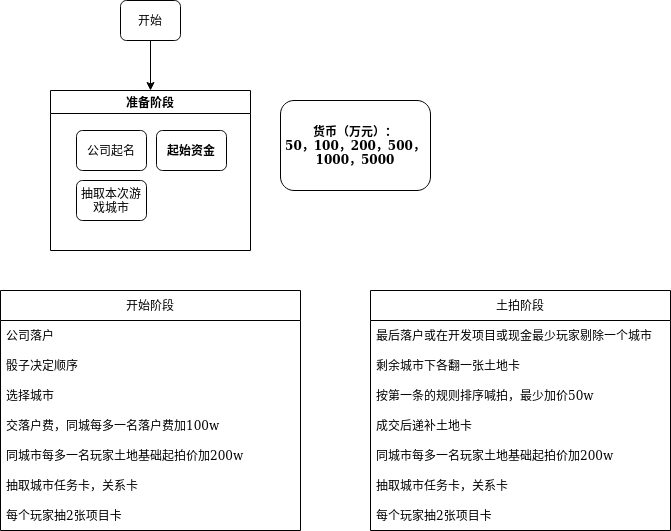
This is 土地开发商.png from TONiiV/flowcharts, a draw.io export, as it was before one commit. Source tidied: cells renumbered, new cells last; positions are measured from the earlier drawing's top-left corner, leaving out a move shared by most shapes.
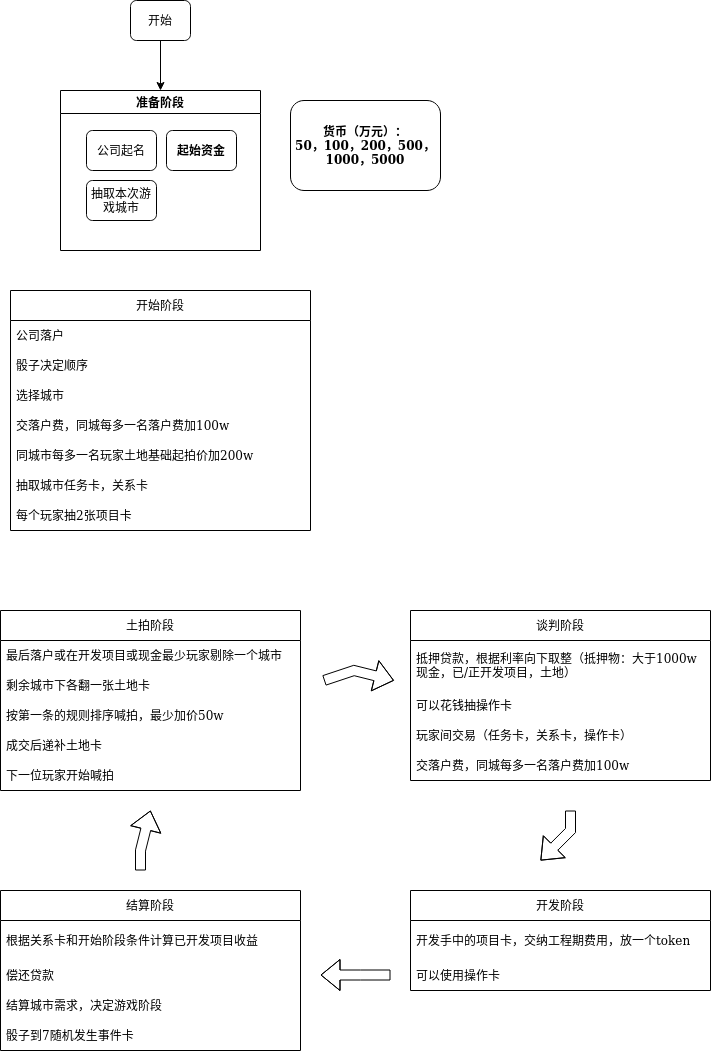
The same diagram one commit later.

Commit message:
Update 土地开发商.png

Diff of the diagram source:
```diff
@@ -45,7 +45,7 @@
       <mxGeometry y="210" width="300" height="30" as="geometry" />
     </mxCell>
     <mxCell id="16" value="土拍阶段" style="swimlane;fontStyle=0;horizontal=1;startSize=30;" parent="1" vertex="1">
-      <mxGeometry x="370" y="290" width="300" height="240" as="geometry" />
+      <mxGeometry x="-10" y="610" width="300" height="180" as="geometry" />
     </mxCell>
     <mxCell id="17" value="最后落户或在开发项目或现金最少玩家剔除一个城市" style="text;strokeColor=none;fillColor=none;align=left;verticalAlign=middle;spacingLeft=4;spacingRight=4;overflow=hidden;" parent="16" vertex="1">
       <mxGeometry y="30" width="300" height="30" as="geometry" />
@@ -59,17 +59,86 @@
     <mxCell id="20" value="成交后递补土地卡" style="text;strokeColor=none;fillColor=none;align=left;verticalAlign=middle;spacingLeft=4;spacingRight=4;overflow=hidden;" parent="16" vertex="1">
       <mxGeometry y="120" width="300" height="30" as="geometry" />
     </mxCell>
-    <mxCell id="21" value="同城市每多一名玩家土地基础起拍价加200w" style="text;strokeColor=none;fillColor=none;align=left;verticalAlign=middle;spacingLeft=4;spacingRight=4;overflow=hidden;" parent="16" vertex="1">
+    <mxCell id="21" value="下一位玩家开始喊拍" style="text;strokeColor=none;fillColor=none;align=left;verticalAlign=middle;spacingLeft=4;spacingRight=4;overflow=hidden;" parent="16" vertex="1">
       <mxGeometry y="150" width="300" height="30" as="geometry" />
     </mxCell>
-    <mxCell id="22" value="抽取城市任务卡，关系卡" style="text;strokeColor=none;fillColor=none;align=left;verticalAlign=middle;spacingLeft=4;spacingRight=4;overflow=hidden;" parent="16" vertex="1">
-      <mxGeometry y="180" width="300" height="30" as="geometry" />
-    </mxCell>
-    <mxCell id="23" value="每个玩家抽2张项目卡" style="text;strokeColor=none;fillColor=none;align=left;verticalAlign=middle;spacingLeft=4;spacingRight=4;overflow=hidden;" parent="16" vertex="1">
-      <mxGeometry y="210" width="300" height="30" as="geometry" />
-    </mxCell>
     <mxCell id="24" value="&lt;div&gt;货币（万元）：&lt;/div&gt;&lt;div&gt;50，100，200，500，&lt;/div&gt;&lt;div&gt;1000，5000&lt;/div&gt;" style="rounded=1;whiteSpace=wrap;html=1;fontSize=12;glass=0;strokeWidth=1;shadow=0;fontStyle=1;" parent="1" vertex="1">
       <mxGeometry x="280" y="100" width="150" height="90" as="geometry" />
     </mxCell>
+    <mxCell id="25" value="谈判阶段" style="swimlane;fontStyle=0;horizontal=1;startSize=30;" parent="1" vertex="1">
+      <mxGeometry x="400" y="610" width="300" height="170" as="geometry" />
+    </mxCell>
+    <mxCell id="26" value="抵押贷款，根据利率向下取整（抵押物：大于1000w&#10;现金，已/正开发项目，土地）" style="text;strokeColor=none;fillColor=none;align=left;verticalAlign=middle;spacingLeft=4;spacingRight=4;overflow=hidden;" parent="25" vertex="1">
+      <mxGeometry y="30" width="300" height="50" as="geometry" />
+    </mxCell>
+    <mxCell id="27" value="可以花钱抽操作卡" style="text;strokeColor=none;fillColor=none;align=left;verticalAlign=middle;spacingLeft=4;spacingRight=4;overflow=hidden;" parent="25" vertex="1">
+      <mxGeometry y="80" width="300" height="30" as="geometry" />
+    </mxCell>
+    <mxCell id="28" value="玩家间交易（任务卡，关系卡，操作卡）" style="text;strokeColor=none;fillColor=none;align=left;verticalAlign=middle;spacingLeft=4;spacingRight=4;overflow=hidden;" parent="25" vertex="1">
+      <mxGeometry y="110" width="300" height="30" as="geometry" />
+    </mxCell>
+    <mxCell id="29" value="交落户费，同城每多一名落户费加100w" style="text;strokeColor=none;fillColor=none;align=left;verticalAlign=middle;spacingLeft=4;spacingRight=4;overflow=hidden;" parent="25" vertex="1">
+      <mxGeometry y="140" width="300" height="30" as="geometry" />
+    </mxCell>
+    <mxCell id="30" style="shape=flexArrow;endArrow=classic;html=1;rounded=0;" parent="1" edge="1">
+      <mxGeometry relative="1" as="geometry">
+        <mxPoint x="313.5" y="680" as="sourcePoint" />
+        <mxPoint x="383.5" y="680" as="targetPoint" />
+        <Array as="points">
+          <mxPoint x="343.5" y="670" />
+        </Array>
+      </mxGeometry>
+    </mxCell>
+    <mxCell id="31" style="shape=flexArrow;endArrow=classic;html=1;rounded=0;" parent="1" edge="1">
+      <mxGeometry relative="1" as="geometry">
+        <mxPoint x="560" y="810" as="sourcePoint" />
+        <mxPoint x="530" y="860" as="targetPoint" />
+        <Array as="points">
+          <mxPoint x="560" y="830" />
+        </Array>
+      </mxGeometry>
+    </mxCell>
+    <mxCell id="32" value="开发阶段" style="swimlane;fontStyle=0;horizontal=1;startSize=30;" parent="1" vertex="1">
+      <mxGeometry x="400" y="890" width="300" height="100" as="geometry" />
+    </mxCell>
+    <mxCell id="33" value="开发手中的项目卡，交纳工程期费用，放一个token" style="text;strokeColor=none;fillColor=none;align=left;verticalAlign=middle;spacingLeft=4;spacingRight=4;overflow=hidden;" parent="32" vertex="1">
+      <mxGeometry y="30" width="300" height="40" as="geometry" />
+    </mxCell>
+    <mxCell id="34" value="可以使用操作卡" style="text;strokeColor=none;fillColor=none;align=left;verticalAlign=middle;spacingLeft=4;spacingRight=4;overflow=hidden;" parent="32" vertex="1">
+      <mxGeometry y="70" width="300" height="30" as="geometry" />
+    </mxCell>
+    <mxCell id="35" value="结算阶段" style="swimlane;fontStyle=0;horizontal=1;startSize=30;" parent="1" vertex="1">
+      <mxGeometry x="-10" y="890" width="300" height="160" as="geometry" />
+    </mxCell>
+    <mxCell id="36" value="根据关系卡和开始阶段条件计算已开发项目收益" style="text;strokeColor=none;fillColor=none;align=left;verticalAlign=middle;spacingLeft=4;spacingRight=4;overflow=hidden;" parent="35" vertex="1">
+      <mxGeometry y="30" width="300" height="40" as="geometry" />
+    </mxCell>
+    <mxCell id="37" value="偿还贷款" style="text;strokeColor=none;fillColor=none;align=left;verticalAlign=middle;spacingLeft=4;spacingRight=4;overflow=hidden;" parent="35" vertex="1">
+      <mxGeometry y="70" width="300" height="30" as="geometry" />
+    </mxCell>
+    <mxCell id="38" value="结算城市需求，决定游戏阶段" style="text;strokeColor=none;fillColor=none;align=left;verticalAlign=middle;spacingLeft=4;spacingRight=4;overflow=hidden;" parent="35" vertex="1">
+      <mxGeometry y="100" width="300" height="30" as="geometry" />
+    </mxCell>
+    <mxCell id="39" value="骰子到7随机发生事件卡" style="text;strokeColor=none;fillColor=none;align=left;verticalAlign=middle;spacingLeft=4;spacingRight=4;overflow=hidden;" parent="35" vertex="1">
+      <mxGeometry y="130" width="300" height="30" as="geometry" />
+    </mxCell>
+    <mxCell id="40" style="shape=flexArrow;endArrow=classic;html=1;rounded=0;" parent="1" edge="1">
+      <mxGeometry relative="1" as="geometry">
+        <mxPoint x="380" y="974.5" as="sourcePoint" />
+        <mxPoint x="310" y="974.5" as="targetPoint" />
+        <Array as="points">
+          <mxPoint x="350" y="974.5" />
+        </Array>
+      </mxGeometry>
+    </mxCell>
+    <mxCell id="41" style="shape=flexArrow;endArrow=classic;html=1;rounded=0;" parent="1" edge="1">
+      <mxGeometry relative="1" as="geometry">
+        <mxPoint x="130" y="870" as="sourcePoint" />
+        <mxPoint x="140" y="810" as="targetPoint" />
+        <Array as="points">
+          <mxPoint x="130" y="850" />
+        </Array>
+      </mxGeometry>
+    </mxCell>
   </root>
 </mxGraphModel>
```
